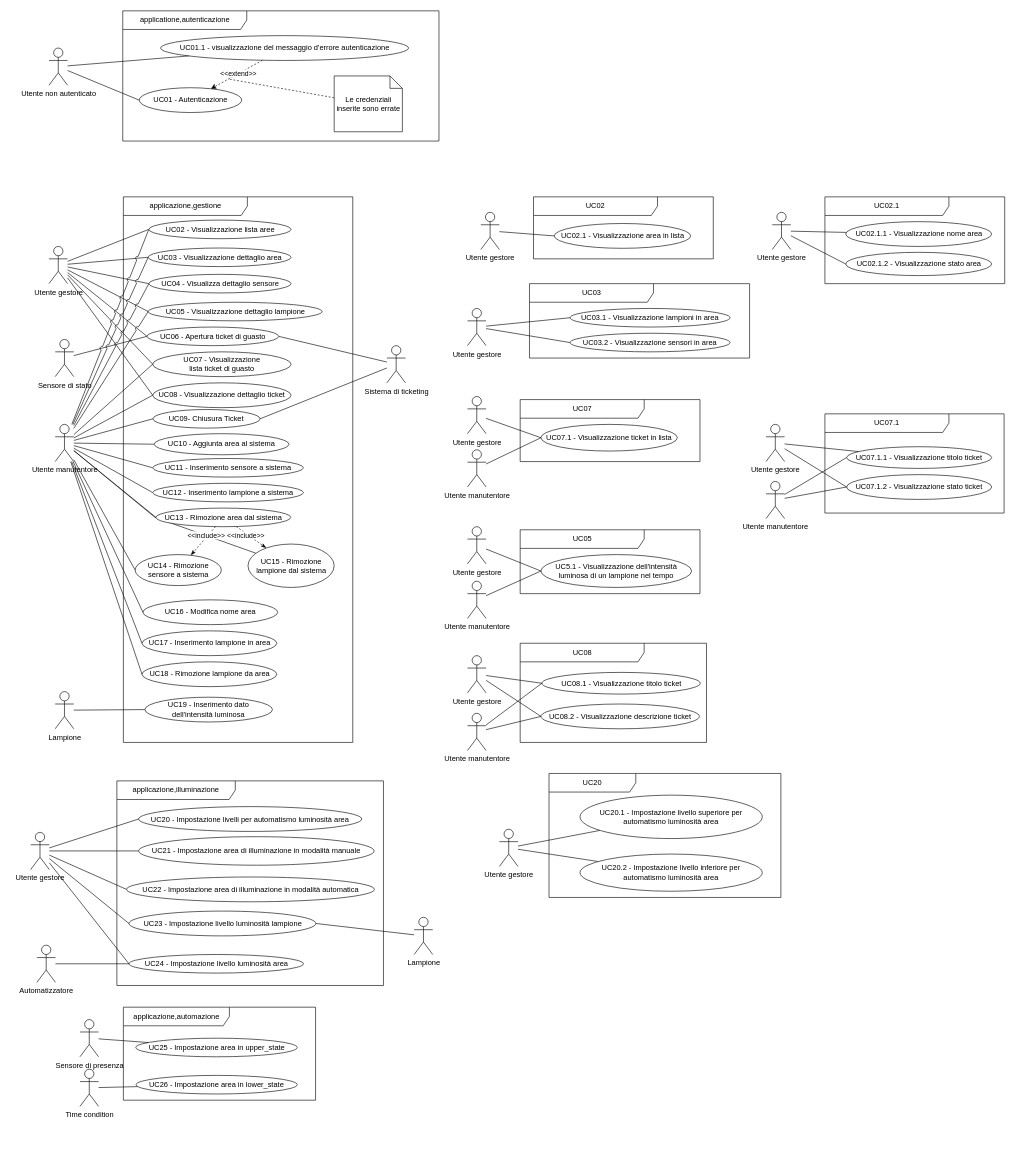
Earlier version of the draw.io diagram page "OK" (1 of 8) of casi_uso_grafici.drawio (SWEasabi/analisi-dei-requisiti). Source tidied: cells renumbered, new cells numbered last; positions are measured from the earlier drawing's top-left corner, leaving out a move shared by most shapes. Both pictures are drawn from the tidied source at 62%, with x=0, y=0 at pixel (30, 11).
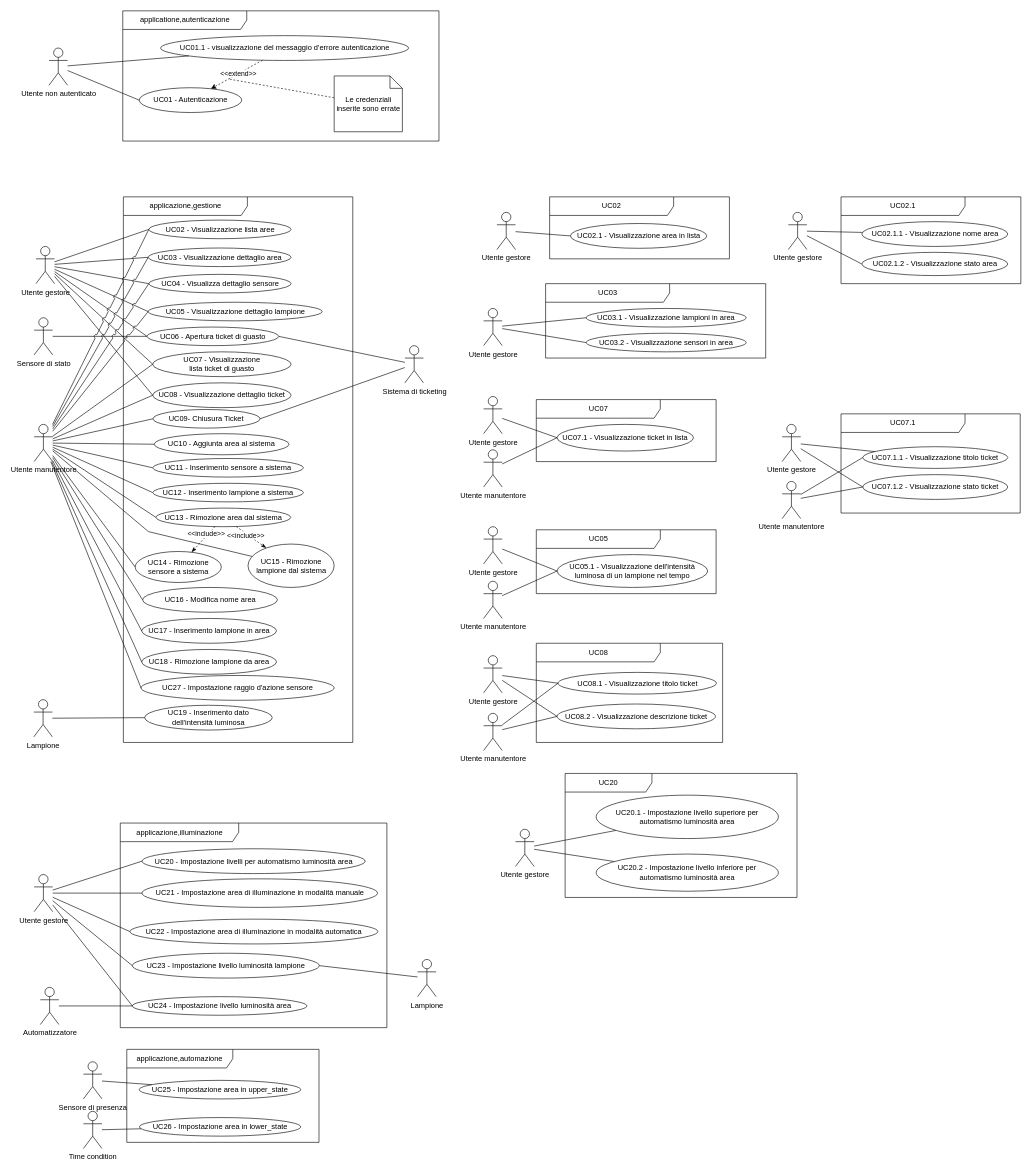
The same diagram, later.

The change refers to these unchanged cells:
```xml
<mxCell id="60" value="UC15 - Rimozione lampione dal sistema" style="ellipse;whiteSpace=wrap;html=1;" parent="1" vertex="1">
  <mxGeometry x="350.5" y="860" width="139" height="70" as="geometry" />
</mxCell>
```

What changed in the source:
```diff
@@
     <mxCell id="2" value="applicazione,illuminazione" style="shape=umlFrame;whiteSpace=wrap;html=1;width=191;height=30;" parent="1" vertex="1">
-      <mxGeometry x="139" y="1242" width="430" height="330" as="geometry" />
+      <mxGeometry x="144.5" y="1310" width="430" height="330" as="geometry" />
     </mxCell>
@@
     <mxCell id="16" value="Utente gestore" style="shape=umlActor;verticalLabelPosition=bottom;verticalAlign=top;html=1;outlineConnect=0;gradientColor=none;" parent="1" vertex="1">
-      <mxGeometry x="29.5" y="380" width="30" height="60" as="geometry" />
+      <mxGeometry x="8.5" y="380" width="30" height="60" as="geometry" />
     </mxCell>
@@
     <mxCell id="23" value="UC03" style="shape=umlFrame;whiteSpace=wrap;html=1;width=200;height=30;" parent="1" vertex="1">
-      <mxGeometry x="804.5" y="440" width="355" height="120" as="geometry" />
+      <mxGeometry x="830.5" y="440" width="355" height="120" as="geometry" />
     </mxCell>
     <mxCell id="24" value="Utente gestore" style="shape=umlActor;verticalLabelPosition=bottom;verticalAlign=top;html=1;outlineConnect=0;gradientColor=none;" parent="1" vertex="1">
-      <mxGeometry x="704.5" y="480" width="30" height="60" as="geometry" />
+      <mxGeometry x="730.5" y="480" width="30" height="60" as="geometry" />
     </mxCell>
     <mxCell id="25" value="UC03.1 - Visualizzazione lampioni in area" style="ellipse;whiteSpace=wrap;html=1;" parent="1" vertex="1">
-      <mxGeometry x="870" y="480" width="258" height="30" as="geometry" />
+      <mxGeometry x="896" y="480" width="258" height="30" as="geometry" />
     </mxCell>
@@
     <mxCell id="28" value="UC03.2 - Visualizzazione sensori in area" style="ellipse;whiteSpace=wrap;html=1;" parent="1" vertex="1">
-      <mxGeometry x="870" y="520" width="258" height="30" as="geometry" />
+      <mxGeometry x="896" y="520" width="258" height="30" as="geometry" />
     </mxCell>
     <mxCell id="29" value="UC20" style="shape=umlFrame;whiteSpace=wrap;html=1;width=140;height=30;" parent="1" vertex="1">
-      <mxGeometry x="836" y="1230" width="374" height="200" as="geometry" />
+      <mxGeometry x="862" y="1230" width="374" height="200" as="geometry" />
     </mxCell>
@@
     <mxCell id="32" value="Utente gestore" style="shape=umlActor;verticalLabelPosition=bottom;verticalAlign=top;html=1;outlineConnect=0;gradientColor=none;" parent="1" vertex="1">
-      <mxGeometry x="756" y="1320" width="30" height="60" as="geometry" />
+      <mxGeometry x="782" y="1320" width="30" height="60" as="geometry" />
     </mxCell>
     <mxCell id="33" value="UC20.1 - Impostazione livello superiore per &lt;br&gt;automatismo luminosità area" style="ellipse;whiteSpace=wrap;html=1;" parent="1" vertex="1">
-      <mxGeometry x="886" y="1265" width="294" height="70" as="geometry" />
+      <mxGeometry x="912" y="1265" width="294" height="70" as="geometry" />
     </mxCell>
     <mxCell id="34" value="UC20.2 - Impostazione livello inferiore per &lt;br&gt;automatismo luminosità area" style="ellipse;whiteSpace=wrap;html=1;" parent="1" vertex="1">
-      <mxGeometry x="886" y="1360" width="294" height="60" as="geometry" />
+      <mxGeometry x="912" y="1360" width="294" height="60" as="geometry" />
     </mxCell>
     <mxCell id="35" value="UC02" style="shape=umlFrame;whiteSpace=wrap;html=1;width=200;height=30;" parent="1" vertex="1">
-      <mxGeometry x="811" y="300" width="290" height="100" as="geometry" />
+      <mxGeometry x="837" y="300" width="290" height="100" as="geometry" />
     </mxCell>
     <mxCell id="36" value="Utente gestore" style="shape=umlActor;verticalLabelPosition=bottom;verticalAlign=top;html=1;outlineConnect=0;gradientColor=none;" parent="1" vertex="1">
-      <mxGeometry x="726" y="325" width="30" height="60" as="geometry" />
+      <mxGeometry x="752" y="325" width="30" height="60" as="geometry" />
     </mxCell>
     <mxCell id="37" value="UC02.1 - Visualizzazione area in lista" style="ellipse;whiteSpace=wrap;html=1;" parent="1" vertex="1">
-      <mxGeometry x="844.5" y="343" width="220" height="40" as="geometry" />
+      <mxGeometry x="870.5" y="343" width="220" height="40" as="geometry" />
     </mxCell>
@@
     <mxCell id="39" value="UC24 - Impostazione livello luminosità area" style="ellipse;whiteSpace=wrap;html=1;gradientColor=none;" parent="1" vertex="1">
-      <mxGeometry x="158.5" y="1522" width="281.5" height="30" as="geometry" />
+      <mxGeometry x="164" y="1590" width="281.5" height="30" as="geometry" />
     </mxCell>
@@
     <mxCell id="41" value="UC23 - Impostazione livello luminosità lampione" style="ellipse;whiteSpace=wrap;html=1;" parent="1" vertex="1">
-      <mxGeometry x="158.5" y="1452" width="301.5" height="40" as="geometry" />
+      <mxGeometry x="164" y="1520" width="301.5" height="40" as="geometry" />
     </mxCell>
     <mxCell id="42" value="Lampione" style="shape=umlActor;verticalLabelPosition=bottom;verticalAlign=top;html=1;outlineConnect=0;" parent="1" vertex="1">
-      <mxGeometry x="618.5" y="1462" width="30" height="60" as="geometry" />
+      <mxGeometry x="624" y="1530" width="30" height="60" as="geometry" />
     </mxCell>
@@
     <mxCell id="46" value="Automatizzatore" style="shape=umlActor;verticalLabelPosition=bottom;verticalAlign=top;html=1;outlineConnect=0;" parent="1" vertex="1">
-      <mxGeometry x="10" y="1507" width="30" height="60" as="geometry" />
+      <mxGeometry x="15.5" y="1575" width="30" height="60" as="geometry" />
     </mxCell>
@@
     <mxCell id="50" value="Sensore di stato" style="shape=umlActor;verticalLabelPosition=bottom;verticalAlign=top;html=1;outlineConnect=0;gradientColor=none;" parent="1" vertex="1">
-      <mxGeometry x="39.5" y="530" width="30" height="60" as="geometry" />
+      <mxGeometry x="5.5" y="495" width="30" height="60" as="geometry" />
     </mxCell>
     <mxCell id="51" value="Sistema di ticketing" style="shape=umlActor;verticalLabelPosition=bottom;verticalAlign=top;html=1;outlineConnect=0;gradientColor=none;" parent="1" vertex="1">
-      <mxGeometry x="574.5" y="540" width="30" height="60" as="geometry" />
+      <mxGeometry x="603.5" y="540" width="30" height="60" as="geometry" />
     </mxCell>
@@
     <mxCell id="56" value="Utente manutentore" style="shape=umlActor;verticalLabelPosition=bottom;verticalAlign=top;html=1;outlineConnect=0;gradientColor=none;" parent="1" vertex="1">
-      <mxGeometry x="39.5" y="667" width="30" height="60" as="geometry" />
+      <mxGeometry x="5.5" y="667" width="30" height="60" as="geometry" />
     </mxCell>
@@
     <mxCell id="59" style="edgeStyle=none;rounded=0;jumpStyle=none;jumpSize=15;jettySize=auto;html=1;endArrow=none;endFill=0;" parent="1" edge="1" source="60" target="56">
       <mxGeometry relative="1" as="geometry">
         <Array as="points">
-          <mxPoint x="200.5" y="817" />
+          <mxPoint x="190" y="840" />
         </Array>
       </mxGeometry>
     </mxCell>
@@
     <mxCell id="69" value="UC14 - Rimozione sensore a sistema" style="ellipse;whiteSpace=wrap;html=1;" parent="1" vertex="1">
-      <mxGeometry x="168.5" y="877" width="139" height="50" as="geometry" />
+      <mxGeometry x="168.5" y="872" width="139" height="50" as="geometry" />
     </mxCell>
@@
     <mxCell id="74" value="Utente gestore" style="shape=umlActor;verticalLabelPosition=bottom;verticalAlign=top;html=1;outlineConnect=0;gradientColor=none;" parent="1" vertex="1">
-      <mxGeometry y="1325" width="30" height="60" as="geometry" />
+      <mxGeometry x="5.5" y="1393" width="30" height="60" as="geometry" />
     </mxCell>
     <mxCell id="75" value="UC22 - Impostazione area di illuminazione in modalità automatica" style="ellipse;whiteSpace=wrap;html=1;" parent="1" vertex="1">
-      <mxGeometry x="154.5" y="1397" width="400" height="40" as="geometry" />
+      <mxGeometry x="160" y="1465" width="400" height="40" as="geometry" />
     </mxCell>
     <mxCell id="76" value="UC21 - Impostazione area di illuminazione in modalità manuale" style="ellipse;whiteSpace=wrap;html=1;" parent="1" vertex="1">
-      <mxGeometry x="174" y="1332" width="380" height="46" as="geometry" />
+      <mxGeometry x="179.5" y="1400" width="380" height="46" as="geometry" />
     </mxCell>
     <mxCell id="77" value="UC20 - Impostazione livelli per automatismo luminosità area" style="ellipse;whiteSpace=wrap;html=1;" parent="1" vertex="1">
-      <mxGeometry x="174" y="1283.5" width="360" height="40" as="geometry" />
+      <mxGeometry x="179.5" y="1351.5" width="360" height="40" as="geometry" />
     </mxCell>
@@
     <mxCell id="79" value="applicazione,automazione" style="shape=umlFrame;whiteSpace=wrap;html=1;width=171;height=30;" parent="1" vertex="1">
-      <mxGeometry x="149.5" y="1607" width="310" height="150" as="geometry" />
+      <mxGeometry x="155" y="1675" width="310" height="150" as="geometry" />
     </mxCell>
@@
     <mxCell id="81" value="Time condition" style="shape=umlActor;verticalLabelPosition=bottom;verticalAlign=top;html=1;outlineConnect=0;gradientColor=none;" parent="1" vertex="1">
-      <mxGeometry x="79.5" y="1707" width="30" height="60" as="geometry" />
+      <mxGeometry x="85" y="1775" width="30" height="60" as="geometry" />
     </mxCell>
     <mxCell id="82" value="UC25 - Impostazione area in upper_state" style="ellipse;whiteSpace=wrap;html=1;gradientColor=none;" parent="1" vertex="1">
-      <mxGeometry x="169.5" y="1657" width="260.5" height="30" as="geometry" />
+      <mxGeometry x="175" y="1725" width="260.5" height="30" as="geometry" />
     </mxCell>
@@
     <mxCell id="84" value="Sensore di presenza" style="shape=umlActor;verticalLabelPosition=bottom;verticalAlign=top;html=1;outlineConnect=0;gradientColor=none;" parent="1" vertex="1">
-      <mxGeometry x="79.5" y="1627" width="30" height="60" as="geometry" />
+      <mxGeometry x="85" y="1695" width="30" height="60" as="geometry" />
     </mxCell>
     <mxCell id="85" value="UC26 - Impostazione area in lower_state" style="ellipse;whiteSpace=wrap;html=1;gradientColor=none;" parent="1" vertex="1">
-      <mxGeometry x="170" y="1717" width="260" height="30" as="geometry" />
+      <mxGeometry x="175.5" y="1785" width="260" height="30" as="geometry" />
     </mxCell>
@@
     <mxCell id="90" value="UC16 - Modifica nome area" style="ellipse;whiteSpace=wrap;html=1;" parent="1" vertex="1">
-      <mxGeometry x="181" y="950" width="217.5" height="40" as="geometry" />
+      <mxGeometry x="180.5" y="930" width="217.5" height="40" as="geometry" />
     </mxCell>
@@
     <mxCell id="92" value="UC17 - Inserimento lampione in area" style="ellipse;whiteSpace=wrap;html=1;" parent="1" vertex="1">
-      <mxGeometry x="179.5" y="1000" width="217.5" height="40" as="geometry" />
+      <mxGeometry x="179" y="980" width="217.5" height="40" as="geometry" />
     </mxCell>
     <mxCell id="93" value="UC18 - Rimozione lampione da area" style="ellipse;whiteSpace=wrap;html=1;" parent="1" vertex="1">
-      <mxGeometry x="179.5" y="1050" width="217.5" height="40" as="geometry" />
+      <mxGeometry x="179" y="1030" width="217.5" height="40" as="geometry" />
     </mxCell>
@@
     <mxCell id="96" value="UC07" style="shape=umlFrame;whiteSpace=wrap;html=1;width=200;height=30;" parent="1" vertex="1">
-      <mxGeometry x="789.5" y="627" width="290" height="100" as="geometry" />
+      <mxGeometry x="815.5" y="627" width="290" height="100" as="geometry" />
     </mxCell>
     <mxCell id="97" value="Utente gestore" style="shape=umlActor;verticalLabelPosition=bottom;verticalAlign=top;html=1;outlineConnect=0;gradientColor=none;" parent="1" vertex="1">
-      <mxGeometry x="704.5" y="622" width="30" height="60" as="geometry" />
+      <mxGeometry x="730.5" y="622" width="30" height="60" as="geometry" />
     </mxCell>
     <mxCell id="98" value="UC07.1 - Visualizzazione ticket in lista" style="ellipse;whiteSpace=wrap;html=1;" parent="1" vertex="1">
-      <mxGeometry x="823" y="667" width="220" height="43" as="geometry" />
+      <mxGeometry x="849" y="667" width="220" height="43" as="geometry" />
     </mxCell>
@@
     <mxCell id="100" value="UC07.1" style="shape=umlFrame;whiteSpace=wrap;html=1;width=200;height=30;" parent="1" vertex="1">
-      <mxGeometry x="1281" y="650" width="289" height="160" as="geometry" />
+      <mxGeometry x="1307" y="650" width="289" height="160" as="geometry" />
     </mxCell>
     <mxCell id="101" value="Utente gestore" style="shape=umlActor;verticalLabelPosition=bottom;verticalAlign=top;html=1;outlineConnect=0;gradientColor=none;" parent="1" vertex="1">
-      <mxGeometry x="1186" y="667" width="30" height="60" as="geometry" />
+      <mxGeometry x="1212" y="667" width="30" height="60" as="geometry" />
     </mxCell>
     <mxCell id="102" value="UC07.1.1 - Visualizzazione titolo ticket" style="ellipse;whiteSpace=wrap;html=1;" parent="1" vertex="1">
-      <mxGeometry x="1316" y="703" width="234" height="35" as="geometry" />
+      <mxGeometry x="1342" y="703" width="234" height="35" as="geometry" />
     </mxCell>
@@
     <mxCell id="104" value="UC07.1.2 - Visualizzazione stato ticket" style="ellipse;whiteSpace=wrap;html=1;" parent="1" vertex="1">
-      <mxGeometry x="1316" y="748" width="234" height="40" as="geometry" />
+      <mxGeometry x="1342" y="748" width="234" height="40" as="geometry" />
     </mxCell>
@@
     <mxCell id="110" value="Lampione" style="shape=umlActor;verticalLabelPosition=bottom;verticalAlign=top;html=1;outlineConnect=0;gradientColor=none;" parent="1" vertex="1">
-      <mxGeometry x="39.5" y="1098" width="30" height="60" as="geometry" />
+      <mxGeometry x="5" y="1111" width="30" height="60" as="geometry" />
     </mxCell>
     <mxCell id="111" value="UC19 - Inserimento dato &lt;br&gt;dell'intensità luminosa" style="ellipse;whiteSpace=wrap;html=1;" parent="1" vertex="1">
-      <mxGeometry x="184.2" y="1107" width="205.8" height="40" as="geometry" />
+      <mxGeometry x="183.8" y="1120" width="205.8" height="40" as="geometry" />
     </mxCell>
@@
     <mxCell id="113" value="UC05" style="shape=umlFrame;whiteSpace=wrap;html=1;width=200;height=30;" parent="1" vertex="1">
-      <mxGeometry x="789.5" y="837" width="290" height="103" as="geometry" />
+      <mxGeometry x="815.5" y="837" width="290" height="103" as="geometry" />
     </mxCell>
     <mxCell id="114" value="Utente gestore" style="shape=umlActor;verticalLabelPosition=bottom;verticalAlign=top;html=1;outlineConnect=0;gradientColor=none;" parent="1" vertex="1">
-      <mxGeometry x="704.5" y="832" width="30" height="60" as="geometry" />
+      <mxGeometry x="730.5" y="832" width="30" height="60" as="geometry" />
     </mxCell>
-    <mxCell id="115" value="UC5.1 -&amp;nbsp;&lt;span style=&quot;background-color: initial;&quot;&gt;Visualizzazione dell'intensità&lt;/span&gt;&lt;div&gt;luminosa di un lampione nel tempo&lt;/div&gt;" style="ellipse;whiteSpace=wrap;html=1;" parent="1" vertex="1">
-      <mxGeometry x="823" y="877" width="243" height="53" as="geometry" />
+    <mxCell id="115" value="UC05.1 -&amp;nbsp;&lt;span style=&quot;background-color: initial;&quot;&gt;Visualizzazione dell'intensità&lt;/span&gt;&lt;div&gt;luminosa di un lampione nel tempo&lt;/div&gt;" style="ellipse;whiteSpace=wrap;html=1;" parent="1" vertex="1">
+      <mxGeometry x="849" y="877" width="243" height="53" as="geometry" />
     </mxCell>
@@
     <mxCell id="117" value="Utente manutentore" style="shape=umlActor;verticalLabelPosition=bottom;verticalAlign=top;html=1;outlineConnect=0;gradientColor=none;" parent="1" vertex="1">
-      <mxGeometry x="704.5" y="920" width="30" height="60" as="geometry" />
+      <mxGeometry x="730.5" y="920" width="30" height="60" as="geometry" />
     </mxCell>
@@
     <mxCell id="120" value="UC08" style="shape=umlFrame;whiteSpace=wrap;html=1;width=200;height=30;" parent="1" vertex="1">
-      <mxGeometry x="789.5" y="1020" width="300.5" height="160" as="geometry" />
+      <mxGeometry x="815.5" y="1020" width="300.5" height="160" as="geometry" />
     </mxCell>
     <mxCell id="121" value="Utente gestore" style="shape=umlActor;verticalLabelPosition=bottom;verticalAlign=top;html=1;outlineConnect=0;gradientColor=none;" parent="1" vertex="1">
-      <mxGeometry x="704.5" y="1040" width="30" height="60" as="geometry" />
+      <mxGeometry x="730.5" y="1040" width="30" height="60" as="geometry" />
     </mxCell>
     <mxCell id="122" value="UC08.1 - Visualizzazione titolo ticket" style="ellipse;whiteSpace=wrap;html=1;" parent="1" vertex="1">
-      <mxGeometry x="824.5" y="1067" width="255.5" height="35" as="geometry" />
+      <mxGeometry x="850.5" y="1067" width="255.5" height="35" as="geometry" />
     </mxCell>
@@
     <mxCell id="124" value="UC08.2 - Visualizzazione descrizione ticket" style="ellipse;whiteSpace=wrap;html=1;" parent="1" vertex="1">
-      <mxGeometry x="823" y="1118" width="255.5" height="40" as="geometry" />
+      <mxGeometry x="849" y="1118" width="255.5" height="40" as="geometry" />
     </mxCell>
@@
     <mxCell id="126" value="UC02.1" style="shape=umlFrame;whiteSpace=wrap;html=1;width=200;height=30;" parent="1" vertex="1">
-      <mxGeometry x="1281" y="300" width="290" height="140" as="geometry" />
+      <mxGeometry x="1307" y="300" width="290" height="140" as="geometry" />
     </mxCell>
     <mxCell id="127" value="Utente gestore" style="shape=umlActor;verticalLabelPosition=bottom;verticalAlign=top;html=1;outlineConnect=0;gradientColor=none;" parent="1" vertex="1">
-      <mxGeometry x="1196" y="325" width="30" height="60" as="geometry" />
+      <mxGeometry x="1222" y="325" width="30" height="60" as="geometry" />
     </mxCell>
     <mxCell id="128" value="UC02.1.1 - Visualizzazione nome area" style="ellipse;whiteSpace=wrap;html=1;" parent="1" vertex="1">
-      <mxGeometry x="1314.5" y="340" width="235.5" height="40" as="geometry" />
+      <mxGeometry x="1340.5" y="340" width="235.5" height="40" as="geometry" />
     </mxCell>
@@
     <mxCell id="130" value="UC02.1.2 - Visualizzazione stato area" style="ellipse;whiteSpace=wrap;html=1;" parent="1" vertex="1">
-      <mxGeometry x="1314.5" y="389.5" width="235.5" height="37.5" as="geometry" />
+      <mxGeometry x="1340.5" y="389.5" width="235.5" height="37.5" as="geometry" />
     </mxCell>
@@
     <mxCell id="133" value="Utente manutentore" style="shape=umlActor;verticalLabelPosition=bottom;verticalAlign=top;html=1;outlineConnect=0;gradientColor=none;" parent="1" vertex="1">
-      <mxGeometry x="704.5" y="708" width="30" height="60" as="geometry" />
+      <mxGeometry x="730.5" y="708" width="30" height="60" as="geometry" />
     </mxCell>
@@
     <mxCell id="135" value="Utente manutentore" style="shape=umlActor;verticalLabelPosition=bottom;verticalAlign=top;html=1;outlineConnect=0;gradientColor=none;" parent="1" vertex="1">
-      <mxGeometry x="1186" y="759" width="30" height="60" as="geometry" />
+      <mxGeometry x="1212" y="759" width="30" height="60" as="geometry" />
     </mxCell>
@@
     <mxCell id="138" value="Utente manutentore" style="shape=umlActor;verticalLabelPosition=bottom;verticalAlign=top;html=1;outlineConnect=0;gradientColor=none;" parent="1" vertex="1">
-      <mxGeometry x="704.5" y="1133" width="30" height="60" as="geometry" />
+      <mxGeometry x="730.5" y="1133" width="30" height="60" as="geometry" />
     </mxCell>
@@
+    <mxCell id="142" value="UC27 - Impostazione raggio d'azione sensore" style="ellipse;whiteSpace=wrap;html=1;" parent="1" vertex="1">
+      <mxGeometry x="177.9" y="1072" width="311.6" height="40" as="geometry" />
+    </mxCell>
+    <mxCell id="143" style="endArrow=none;html=1;entryX=0;entryY=0.5;entryDx=0;entryDy=0;" parent="1" edge="1" source="56" target="142">
+      <mxGeometry relative="1" as="geometry" />
+    </mxCell>
```
